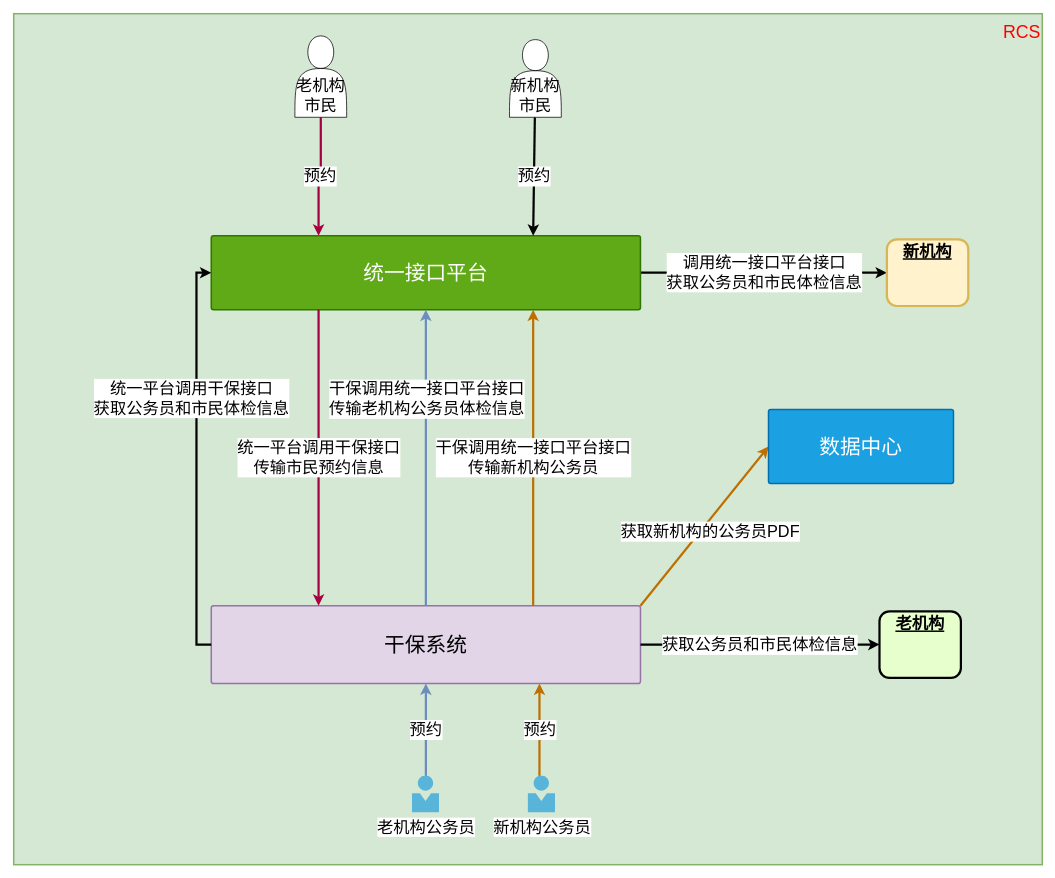
uyuy2043/yy keeps this draw.io diagram as 干保和统一接口平台对接.drawio. Above is the earlier version. Source tidied: cells renumbered, new cells numbered last; positions are measured from the earlier drawing's top-left corner, leaving out a move shared by most shapes. Both pictures are drawn from the tidied source at 74%, with x=0, y=0 at pixel (13, 13).
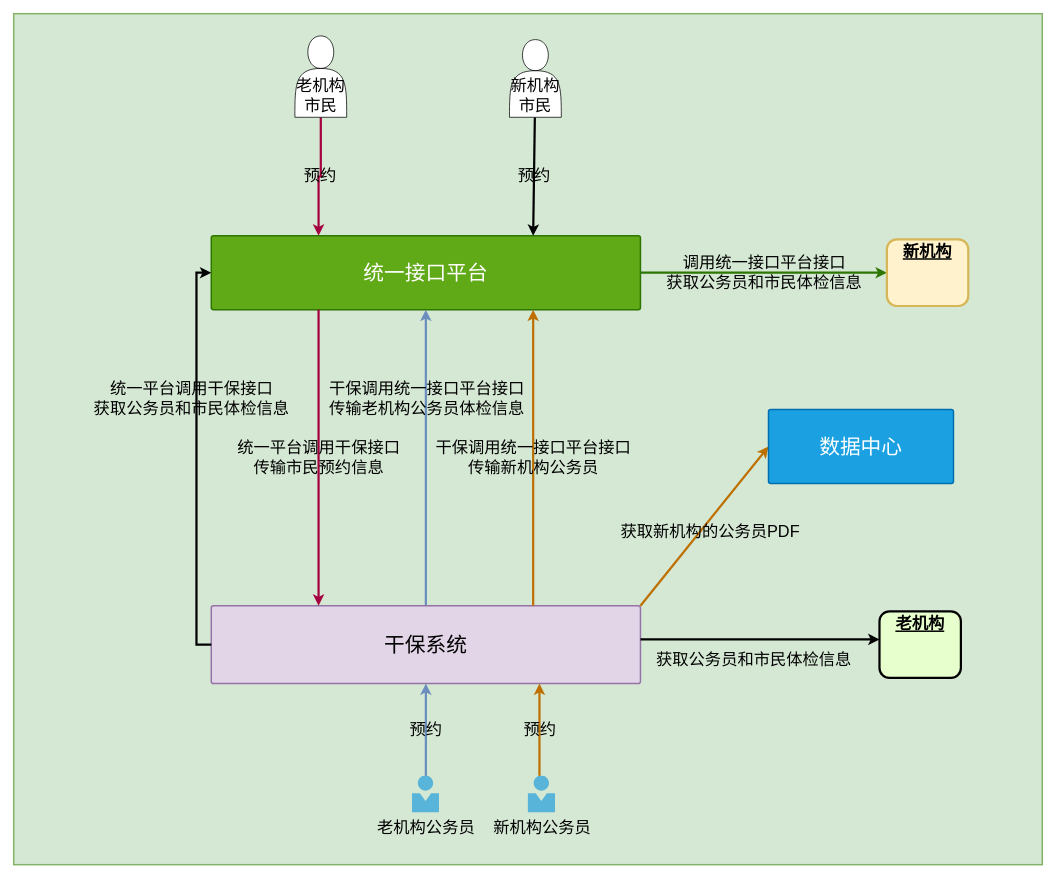
The same page after the edit.

Commit message (it also covers changes not shown here):
更新干保和统一接口平台对接.drawio

Unchanged cells that the change refers to:
```xml
<mxCell id="5" value="&lt;span style=&quot;font-size: 28px;&quot;&gt;统一接口平台&lt;/span&gt;" style="rounded=1;whiteSpace=wrap;html=1;shadow=0;strokeWidth=2;fillColor=#60a917;fontSize=12;align=center;strokeColor=#2D7600;arcSize=3;rotation=0;fontColor=#ffffff;" parent="1" vertex="1">
  <mxGeometry x="267" y="300" width="580" height="100" as="geometry" />
</mxCell>
<mxCell id="8" value="&lt;span style=&quot;font-size: 28px;&quot;&gt;干保系统&lt;/span&gt;" style="rounded=1;whiteSpace=wrap;html=1;shadow=0;strokeWidth=2;fillColor=#e1d5e7;fontSize=12;align=center;strokeColor=#9673a6;arcSize=3;rotation=0;" parent="1" vertex="1">
  <mxGeometry x="267" y="800" width="580" height="105.2" as="geometry" />
</mxCell>
<mxCell id="10" value="&lt;p style=&quot;margin: 4px 0px 0px; text-align: center; text-decoration: underline; font-size: 22px;&quot;&gt;老机构&lt;/p&gt;" style="verticalAlign=middle;align=center;overflow=fill;fontSize=22;fontFamily=Helvetica;html=1;rounded=1;fontStyle=1;strokeWidth=3;fillColor=#E6FFCC;" parent="1" vertex="1">
  <mxGeometry x="1170" y="807.6" width="110" height="90" as="geometry" />
</mxCell>
<mxCell id="11" value="&lt;p style=&quot;margin: 4px 0px 0px; text-align: center; text-decoration: underline; font-size: 22px;&quot;&gt;新机构&lt;/p&gt;" style="verticalAlign=middle;align=center;overflow=fill;fontSize=22;fontFamily=Helvetica;html=1;rounded=1;fontStyle=1;strokeWidth=3;fillColor=#fff2cc;strokeColor=#d6b656;" parent="1" vertex="1">
  <mxGeometry x="1180" y="305" width="110" height="90" as="geometry" />
</mxCell>
<mxCell id="14" value="老机构市民" style="shape=actor;whiteSpace=wrap;html=1;verticalAlign=bottom;fontSize=22;" parent="1" vertex="1">
  <mxGeometry x="380" y="30" width="70" height="110" as="geometry" />
</mxCell>
<mxCell id="23" value="&lt;span style=&quot;font-size: 28px;&quot;&gt;数据中心&lt;/span&gt;" style="rounded=1;whiteSpace=wrap;html=1;shadow=0;strokeWidth=2;fillColor=#1ba1e2;fontSize=12;align=center;strokeColor=#006EAF;arcSize=3;rotation=0;fontColor=#ffffff;" parent="1" vertex="1">
  <mxGeometry x="1020" y="535" width="250" height="100" as="geometry" />
</mxCell>
```

The edit, as a diff of the source:
```diff
@@
-    <mxCell id="2" value="&lt;div style=&quot;text-align: justify&quot;&gt;&lt;span style=&quot;font-size: 24px ; color: rgb(255 , 0 , 0)&quot;&gt;RCS&lt;/span&gt;&lt;/div&gt;" style="whiteSpace=wrap;html=1;rounded=0;shadow=0;strokeWidth=2;fontSize=20;align=right;arcSize=3;verticalAlign=top;spacingTop=4;rotation=-360;fillColor=#d5e8d4;strokeColor=#82b366;" parent="1" vertex="1">
+    <mxCell id="2" value="&lt;div style=&quot;text-align: justify&quot;&gt;&lt;br&gt;&lt;/div&gt;" style="whiteSpace=wrap;html=1;rounded=0;shadow=0;strokeWidth=2;fontSize=20;align=right;arcSize=3;verticalAlign=top;spacingTop=4;rotation=-360;fillColor=#d5e8d4;strokeColor=#82b366;" parent="1" vertex="1">
       <mxGeometry width="1390" height="1150" as="geometry" />
     </mxCell>
-    <mxCell id="3" value="&lt;span style=&quot;color: rgb(0, 0, 0); font-family: Helvetica; font-size: 22px; font-style: normal; font-variant-ligatures: normal; font-variant-caps: normal; font-weight: 400; letter-spacing: normal; orphans: 2; text-align: center; text-indent: 0px; text-transform: none; widows: 2; word-spacing: 0px; -webkit-text-stroke-width: 0px; background-color: rgb(255, 255, 255); text-decoration-thickness: initial; text-decoration-style: initial; text-decoration-color: initial; float: none; display: inline !important;&quot;&gt;调用统一接口平台接口&lt;br&gt;获取公务员和市民体检信息&lt;/span&gt;" style="edgeStyle=orthogonalEdgeStyle;rounded=0;jettySize=auto;html=1;entryX=0;entryY=0.5;entryDx=0;entryDy=0;startArrow=none;startFill=0;strokeWidth=3;exitX=1;exitY=0.5;exitDx=0;exitDy=0;endArrow=classic;endFill=1;" parent="1" edge="1" source="5" target="11">
+    <mxCell id="3" value="&lt;span style=&quot;color: rgb(0, 0, 0); font-family: Helvetica; font-size: 22px; font-style: normal; font-variant-ligatures: normal; font-variant-caps: normal; font-weight: 400; letter-spacing: normal; orphans: 2; text-align: center; text-indent: 0px; text-transform: none; widows: 2; word-spacing: 0px; -webkit-text-stroke-width: 0px; text-decoration-thickness: initial; text-decoration-style: initial; text-decoration-color: initial; float: none; display: inline !important;&quot;&gt;调用统一接口平台接口&lt;br&gt;获取公务员和市民体检信息&lt;/span&gt;" style="edgeStyle=orthogonalEdgeStyle;rounded=0;jettySize=auto;html=1;entryX=0;entryY=0.5;entryDx=0;entryDy=0;startArrow=none;startFill=0;strokeWidth=3;exitX=1;exitY=0.5;exitDx=0;exitDy=0;endArrow=classic;endFill=1;fillColor=#60a917;strokeColor=#2D7600;labelBackgroundColor=none;" parent="1" edge="1" source="5" target="11">
       <mxGeometry relative="1" as="geometry" />
     </mxCell>
-    <mxCell id="4" value="预约" style="edgeStyle=orthogonalEdgeStyle;rounded=0;jettySize=auto;html=1;startArrow=classic;startFill=1;fontSize=22;strokeWidth=3;fillColor=#d80073;strokeColor=#A50040;exitX=0.25;exitY=0;exitDx=0;exitDy=0;endArrow=none;endFill=0;" parent="1" edge="1" source="5" target="14">
+    <mxCell id="4" value="预约" style="edgeStyle=orthogonalEdgeStyle;rounded=0;jettySize=auto;html=1;startArrow=classic;startFill=1;fontSize=22;strokeWidth=3;fillColor=#d80073;strokeColor=#A50040;exitX=0.25;exitY=0;exitDx=0;exitDy=0;endArrow=none;endFill=0;labelBackgroundColor=none;" parent="1" edge="1" source="5" target="14">
       <mxGeometry relative="1" as="geometry" />
     </mxCell>
@@
-    <mxCell id="6" style="edgeStyle=none;rounded=0;jettySize=auto;html=1;strokeWidth=3;fontSize=22;startArrow=none;startFill=0;endArrow=classic;endFill=1;fillColor=#dae8fc;strokeColor=#6c8ebf;" parent="1" edge="1" source="8" target="5">
+    <mxCell id="6" style="edgeStyle=none;rounded=0;jettySize=auto;html=1;strokeWidth=3;fontSize=22;startArrow=none;startFill=0;endArrow=classic;endFill=1;fillColor=#dae8fc;strokeColor=#6c8ebf;labelBackgroundColor=none;" parent="1" edge="1" source="8" target="5">
       <mxGeometry relative="1" as="geometry" />
     </mxCell>
-    <mxCell id="7" value="干保调用统一接口平台接口&lt;br&gt;传输老机构公务员体检信息" style="edgeLabel;html=1;align=center;verticalAlign=middle;fontSize=22;horizontal=1;" parent="6" vertex="1">
+    <mxCell id="7" value="干保调用统一接口平台接口&lt;br&gt;传输老机构公务员体检信息" style="edgeLabel;html=1;align=center;verticalAlign=middle;fontSize=22;horizontal=1;labelBackgroundColor=none;" parent="6" vertex="1">
       <mxGeometry x="0.1" relative="1" as="geometry">
         <mxPoint y="-60" as="offset" />
       </mxGeometry>
     </mxCell>
@@
-    <mxCell id="9" value="获取公务员和市民体检信息" style="edgeStyle=orthogonalEdgeStyle;rounded=0;jettySize=auto;html=1;startArrow=classic;startFill=1;strokeWidth=3;entryX=1;entryY=0.5;entryDx=0;entryDy=0;fontSize=22;endArrow=none;endFill=0;" parent="1" edge="1" source="10" target="8">
-      <mxGeometry relative="1" as="geometry" />
+    <mxCell id="9" value="获取公务员和市民体检信息" style="edgeStyle=orthogonalEdgeStyle;rounded=0;orthogonalLoop=1;jettySize=auto;html=1;startArrow=classic;startFill=1;strokeWidth=3;entryX=1;entryY=0.5;entryDx=0;entryDy=0;fontSize=22;endArrow=none;endFill=0;labelBackgroundColor=none;labelBorderColor=none;" parent="1" edge="1">
+      <mxGeometry x="0.05" y="27" relative="1" as="geometry">
+        <mxPoint x="1170" y="845.6" as="sourcePoint" />
+        <mxPoint x="847" y="845.6" as="targetPoint" />
+      </mxGeometry>
     </mxCell>
@@
-    <mxCell id="12" value="预约" style="edgeStyle=orthogonalEdgeStyle;rounded=0;jettySize=auto;html=1;startArrow=none;startFill=0;strokeWidth=3;fontSize=22;fillColor=#dae8fc;strokeColor=#6c8ebf;" parent="1" edge="1" source="13" target="8">
+    <mxCell id="12" value="预约" style="edgeStyle=orthogonalEdgeStyle;rounded=0;jettySize=auto;html=1;startArrow=none;startFill=0;strokeWidth=3;fontSize=22;fillColor=#dae8fc;strokeColor=#6c8ebf;labelBackgroundColor=none;" parent="1" edge="1" source="13" target="8">
       <mxGeometry relative="1" as="geometry" />
     </mxCell>
-    <mxCell id="13" value="老机构公务员" style="sketch=0;html=1;points=[];align=center;image;fontSize=22;image=img/lib/mscae/Person.svg;" parent="1" vertex="1">
+    <mxCell id="13" value="老机构公务员" style="sketch=0;html=1;points=[];align=center;image;fontSize=22;image=img/lib/mscae/Person.svg;labelBackgroundColor=none;" parent="1" vertex="1">
       <mxGeometry x="538.5" y="1030" width="37" height="50" as="geometry" />
     </mxCell>
@@
-    <mxCell id="15" value="统一平台调用干保接口&lt;br&gt;传输市民预约信息" style="rounded=0;jettySize=auto;html=1;startArrow=classic;startFill=1;fontSize=22;strokeWidth=3;fillColor=#d80073;strokeColor=#A50040;endArrow=none;endFill=0;exitX=0.25;exitY=0;exitDx=0;exitDy=0;entryX=0.25;entryY=1;entryDx=0;entryDy=0;" parent="1" edge="1" source="8" target="5">
+    <mxCell id="15" value="统一平台调用干保接口&lt;br&gt;传输市民预约信息" style="rounded=0;jettySize=auto;html=1;startArrow=classic;startFill=1;fontSize=22;strokeWidth=3;fillColor=#d80073;strokeColor=#A50040;endArrow=none;endFill=0;exitX=0.25;exitY=0;exitDx=0;exitDy=0;entryX=0.25;entryY=1;entryDx=0;entryDy=0;labelBackgroundColor=none;" parent="1" edge="1" source="8" target="5">
       <mxGeometry relative="1" as="geometry" />
     </mxCell>
-    <mxCell id="16" value="预约" style="edgeStyle=none;rounded=0;jettySize=auto;html=1;entryX=0.75;entryY=0;entryDx=0;entryDy=0;strokeWidth=3;fontSize=22;startArrow=none;startFill=0;endArrow=classic;endFill=1;" parent="1" edge="1" source="17" target="5">
+    <mxCell id="16" value="预约" style="edgeStyle=none;rounded=0;jettySize=auto;html=1;entryX=0.75;entryY=0;entryDx=0;entryDy=0;strokeWidth=3;fontSize=22;startArrow=none;startFill=0;endArrow=classic;endFill=1;labelBackgroundColor=none;" parent="1" edge="1" source="17" target="5">
       <mxGeometry relative="1" as="geometry" />
     </mxCell>
-    <mxCell id="17" value="新机构市民" style="shape=actor;whiteSpace=wrap;html=1;verticalAlign=bottom;fontSize=22;" parent="1" vertex="1">
+    <mxCell id="17" value="新机构市民" style="shape=actor;whiteSpace=wrap;html=1;verticalAlign=bottom;fontSize=22;labelBackgroundColor=none;" parent="1" vertex="1">
       <mxGeometry x="670" y="35" width="70" height="105" as="geometry" />
     </mxCell>
-    <mxCell id="18" value="新机构公务员" style="sketch=0;html=1;align=center;image;fontSize=22;image=img/lib/mscae/Person.svg;" parent="1" vertex="1">
+    <mxCell id="18" value="新机构公务员" style="sketch=0;html=1;align=center;image;fontSize=22;image=img/lib/mscae/Person.svg;labelBackgroundColor=none;" parent="1" vertex="1">
       <mxGeometry x="695" y="1030" width="37" height="50" as="geometry" />
     </mxCell>
-    <mxCell id="19" value="预约" style="edgeStyle=orthogonalEdgeStyle;rounded=0;orthogonalLoop=1;jettySize=auto;html=1;startArrow=none;startFill=0;strokeWidth=3;fontSize=22;fillColor=#f0a30a;strokeColor=#BD7000;" parent="1" edge="1">
+    <mxCell id="19" value="预约" style="edgeStyle=orthogonalEdgeStyle;rounded=0;orthogonalLoop=1;jettySize=auto;html=1;startArrow=none;startFill=0;strokeWidth=3;fontSize=22;fillColor=#f0a30a;strokeColor=#BD7000;labelBackgroundColor=none;" parent="1" edge="1">
       <mxGeometry relative="1" as="geometry">
         <mxPoint x="710.5" y="1030" as="sourcePoint" />
         <mxPoint x="710.5" y="905.2" as="targetPoint" />
       </mxGeometry>
     </mxCell>
-    <mxCell id="20" value="干保调用统一接口平台接口&lt;br&gt;传输新机构公务员" style="edgeStyle=orthogonalEdgeStyle;rounded=0;jettySize=auto;html=1;startArrow=none;startFill=0;strokeWidth=3;fontSize=22;fillColor=#f0a30a;strokeColor=#BD7000;entryX=0.75;entryY=1;entryDx=0;entryDy=0;exitX=0.75;exitY=0;exitDx=0;exitDy=0;" parent="1" edge="1" source="8" target="5">
+    <mxCell id="20" value="干保调用统一接口平台接口&lt;br&gt;传输新机构公务员" style="edgeStyle=orthogonalEdgeStyle;rounded=0;jettySize=auto;html=1;startArrow=none;startFill=0;strokeWidth=3;fontSize=22;fillColor=#f0a30a;strokeColor=#BD7000;entryX=0.75;entryY=1;entryDx=0;entryDy=0;exitX=0.75;exitY=0;exitDx=0;exitDy=0;labelBackgroundColor=none;" parent="1" edge="1" source="8" target="5">
       <mxGeometry relative="1" as="geometry" />
     </mxCell>
-    <mxCell id="21" value="统一平台调用干保接口&lt;br&gt;获取公务员和市民体检信息" style="edgeStyle=orthogonalEdgeStyle;rounded=0;jettySize=auto;html=1;startArrow=classic;startFill=1;strokeWidth=3;entryX=0;entryY=0.5;entryDx=0;entryDy=0;fontSize=22;endArrow=none;endFill=0;exitX=0;exitY=0.5;exitDx=0;exitDy=0;" parent="1" edge="1" source="5" target="8">
+    <mxCell id="21" value="统一平台调用干保接口&lt;br&gt;获取公务员和市民体检信息" style="edgeStyle=orthogonalEdgeStyle;rounded=0;jettySize=auto;html=1;startArrow=classic;startFill=1;strokeWidth=3;entryX=0;entryY=0.5;entryDx=0;entryDy=0;fontSize=22;endArrow=none;endFill=0;exitX=0;exitY=0.5;exitDx=0;exitDy=0;labelBackgroundColor=none;" parent="1" edge="1" source="5" target="8">
       <mxGeometry x="-0.3" y="-7" relative="1" as="geometry" />
     </mxCell>
-    <mxCell id="22" value="获取新机构的公务员PDF" style="rounded=0;jettySize=auto;html=1;startArrow=none;startFill=0;strokeWidth=3;fontSize=22;fillColor=#f0a30a;strokeColor=#BD7000;entryX=0;entryY=0.5;entryDx=0;entryDy=0;exitX=1;exitY=0;exitDx=0;exitDy=0;" parent="1" edge="1" source="8" target="23">
+    <mxCell id="22" value="获取新机构的公务员PDF" style="rounded=0;jettySize=auto;html=1;startArrow=none;startFill=0;strokeWidth=3;fontSize=22;fillColor=#f0a30a;strokeColor=#BD7000;entryX=0;entryY=0.5;entryDx=0;entryDy=0;exitX=1;exitY=0;exitDx=0;exitDy=0;labelBackgroundColor=none;" parent="1" edge="1" source="8" target="23">
       <mxGeometry x="-0.01" y="-10" relative="1" as="geometry" />
     </mxCell>
```
